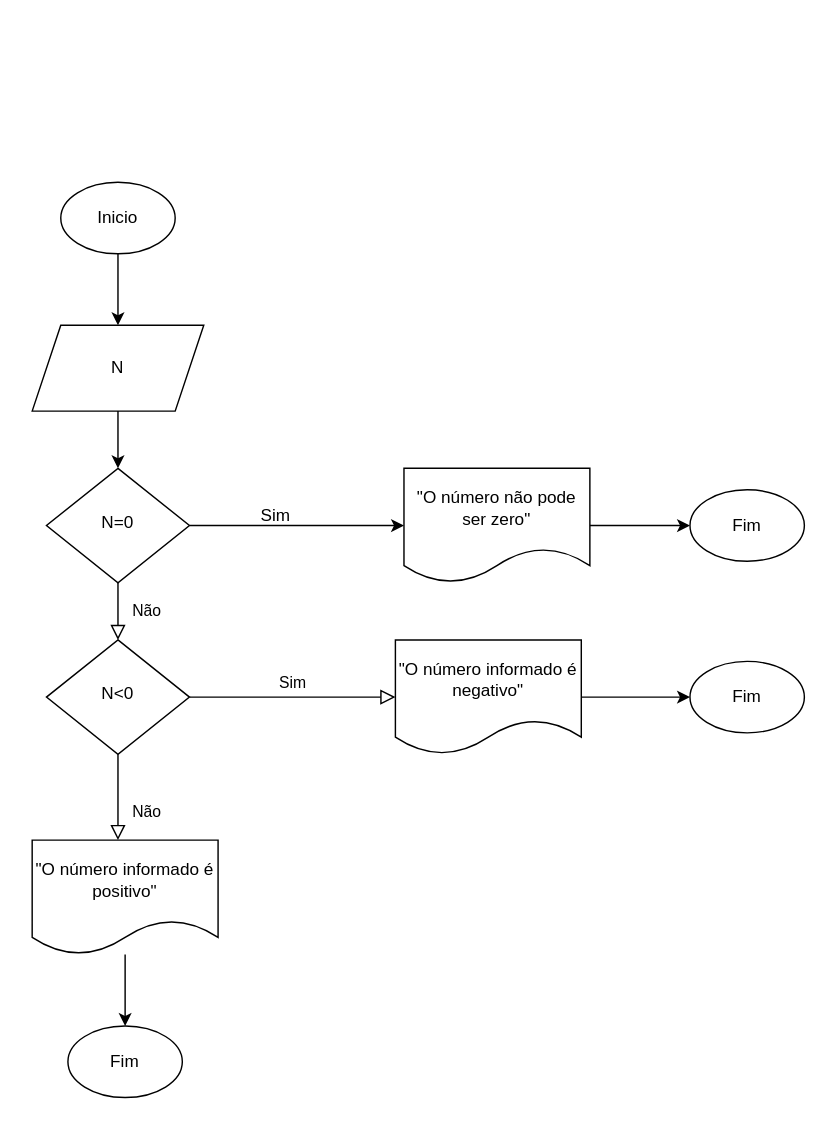
Before: ex1.drawio in luanayasmim/repos-cap-unasp, a draw.io diagram. Source tidied: cells renumbered, new cells numbered last; positions are measured from the earlier drawing's top-left corner, leaving out a move shared by most shapes. Both pictures are drawn from the tidied source at 143%, with x=0, y=0 at pixel (31, 182).
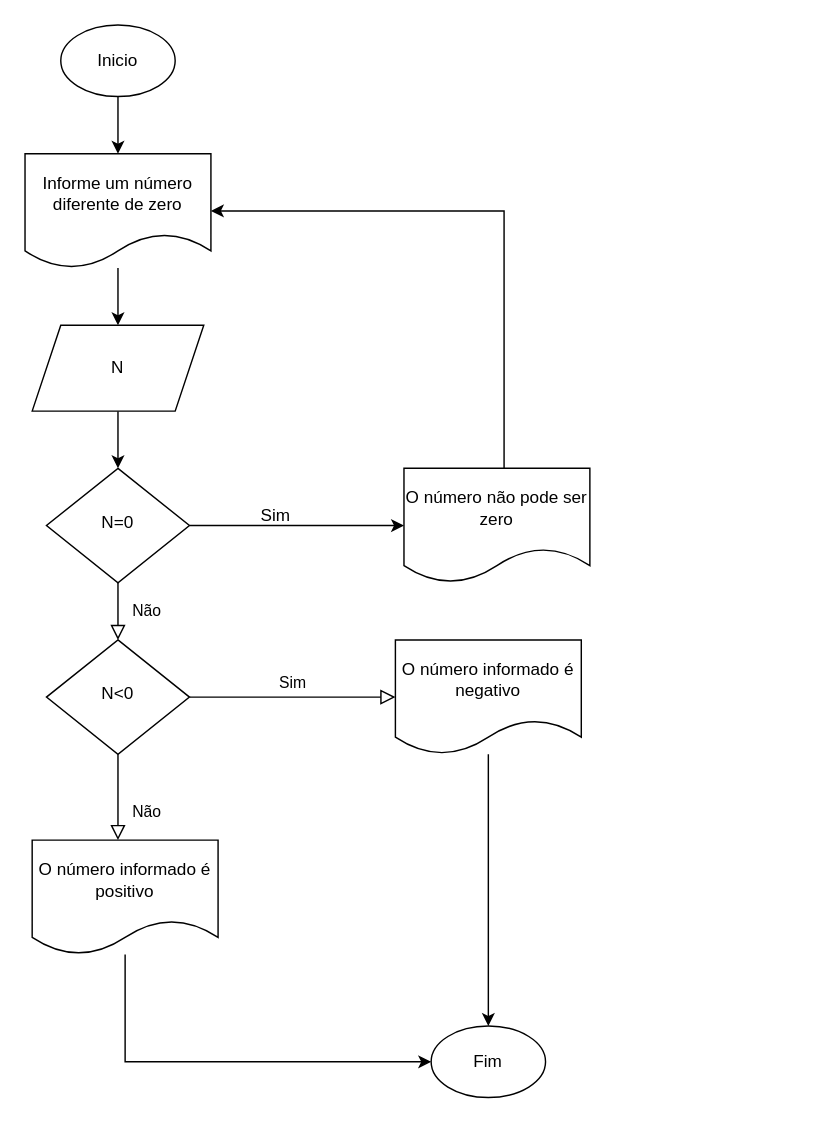
The same page after the edit.

Unchanged cells that the change refers to:
```xml
<mxCell id="9" value="N" style="shape=parallelogram;perimeter=parallelogramPerimeter;whiteSpace=wrap;html=1;fixedSize=1;" parent="1" vertex="1">
  <mxGeometry y="100" width="120" height="60" as="geometry" />
</mxCell>
```

What changed in the source:
```diff
@@
-    <mxCell id="10" style="edgeStyle=orthogonalEdgeStyle;rounded=0;jettySize=auto;html=1;" parent="1" edge="1" source="11" target="12">
-      <mxGeometry relative="1" as="geometry" />
+    <mxCell id="10" style="edgeStyle=orthogonalEdgeStyle;rounded=0;jettySize=auto;html=1;entryX=1;entryY=0.5;entryDx=0;entryDy=0;" parent="1" edge="1" source="11" target="24">
+      <mxGeometry relative="1" as="geometry">
+        <Array as="points">
+          <mxPoint x="330" y="20" />
+        </Array>
+      </mxGeometry>
     </mxCell>
-    <mxCell id="11" value="&quot;O número não pode ser zero&quot;" style="shape=document;whiteSpace=wrap;html=1;boundedLbl=1;" parent="1" vertex="1">
+    <mxCell id="11" value="O número não pode ser zero" style="shape=document;whiteSpace=wrap;html=1;boundedLbl=1;" parent="1" vertex="1">
       <mxGeometry x="260" y="200" width="130" height="80" as="geometry" />
     </mxCell>
-    <mxCell id="12" value="Fim" style="ellipse;whiteSpace=wrap;html=1;" parent="1" vertex="1">
-      <mxGeometry x="460" y="215" width="80" height="50" as="geometry" />
-    </mxCell>
-    <mxCell id="13" style="edgeStyle=orthogonalEdgeStyle;rounded=0;jettySize=auto;html=1;" parent="1" edge="1" source="14" target="9">
-      <mxGeometry relative="1" as="geometry" />
-    </mxCell>
+    <mxCell id="22" style="edgeStyle=orthogonalEdgeStyle;rounded=0;jettySize=auto;html=1;" parent="1" edge="1" source="14" target="24">
+      <mxGeometry relative="1" as="geometry" />
+    </mxCell>
     <mxCell id="14" value="Inicio" style="ellipse;whiteSpace=wrap;html=1;" parent="1" vertex="1">
-      <mxGeometry x="20" width="80" height="50" as="geometry" />
+      <mxGeometry x="20" y="-110" width="80" height="50" as="geometry" />
     </mxCell>
@@
-    <mxCell id="17" value="&quot;O número informado é negativo&quot;" style="shape=document;whiteSpace=wrap;html=1;boundedLbl=1;" parent="1" vertex="1">
+    <mxCell id="17" value="O número informado é negativo" style="shape=document;whiteSpace=wrap;html=1;boundedLbl=1;" parent="1" vertex="1">
       <mxGeometry x="254" y="320" width="130" height="80" as="geometry" />
     </mxCell>
-    <mxCell id="18" style="edgeStyle=orthogonalEdgeStyle;rounded=0;jettySize=auto;html=1;" parent="1" edge="1" source="19" target="21">
-      <mxGeometry relative="1" as="geometry" />
+    <mxCell id="18" style="edgeStyle=orthogonalEdgeStyle;rounded=0;jettySize=auto;html=1;entryX=0;entryY=0.5;entryDx=0;entryDy=0;" parent="1" edge="1" source="19" target="20">
+      <mxGeometry relative="1" as="geometry">
+        <Array as="points">
+          <mxPoint x="65" y="615" />
+        </Array>
+      </mxGeometry>
     </mxCell>
-    <mxCell id="19" value="&quot;O número informado é positivo&quot;" style="shape=document;whiteSpace=wrap;html=1;boundedLbl=1;" parent="1" vertex="1">
+    <mxCell id="19" value="O número informado é positivo" style="shape=document;whiteSpace=wrap;html=1;boundedLbl=1;" parent="1" vertex="1">
       <mxGeometry y="460" width="130" height="80" as="geometry" />
     </mxCell>
     <mxCell id="20" value="Fim" style="ellipse;whiteSpace=wrap;html=1;" parent="1" vertex="1">
-      <mxGeometry x="460" y="335" width="80" height="50" as="geometry" />
+      <mxGeometry x="279" y="590" width="80" height="50" as="geometry" />
     </mxCell>
-    <mxCell id="21" value="Fim" style="ellipse;whiteSpace=wrap;html=1;" parent="1" vertex="1">
-      <mxGeometry x="25" y="590" width="80" height="50" as="geometry" />
-    </mxCell>
+    <mxCell id="23" style="edgeStyle=orthogonalEdgeStyle;rounded=0;jettySize=auto;html=1;" parent="1" edge="1" source="24" target="9">
+      <mxGeometry relative="1" as="geometry" />
+    </mxCell>
+    <mxCell id="24" value="Informe um número diferente de zero" style="shape=document;whiteSpace=wrap;html=1;boundedLbl=1;" parent="1" vertex="1">
+      <mxGeometry x="-5" y="-20" width="130" height="80" as="geometry" />
+    </mxCell>
```
